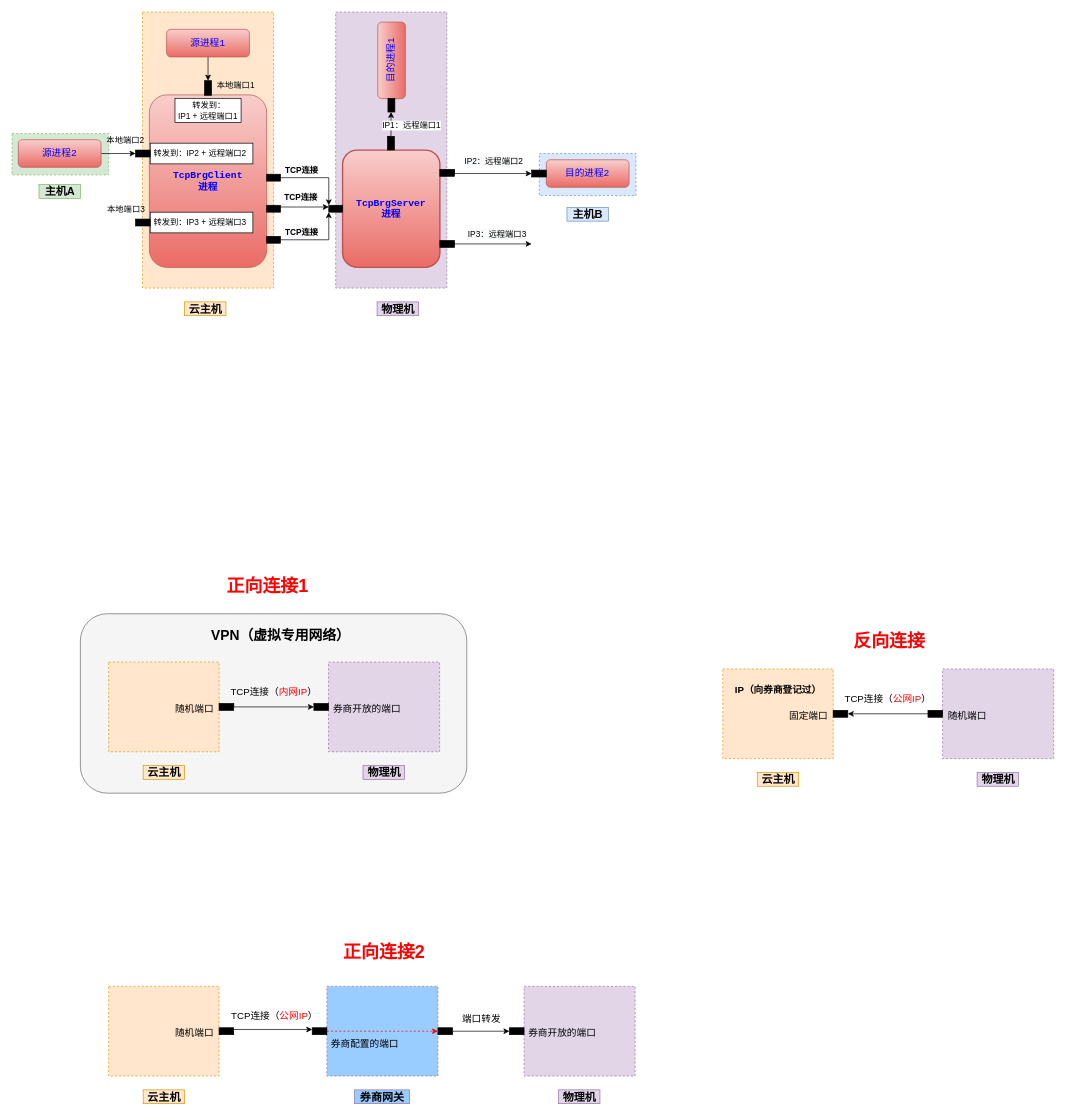
Earlier version of the draw.io diagram TcpBrg.drawio (haycheng/draw.io). Source tidied: cells renumbered, new cells numbered last; positions are measured from the earlier drawing's top-left corner, leaving out a move shared by most shapes. Both pictures are drawn from the tidied source at 69%, with x=0, y=0 at pixel (12, 12).
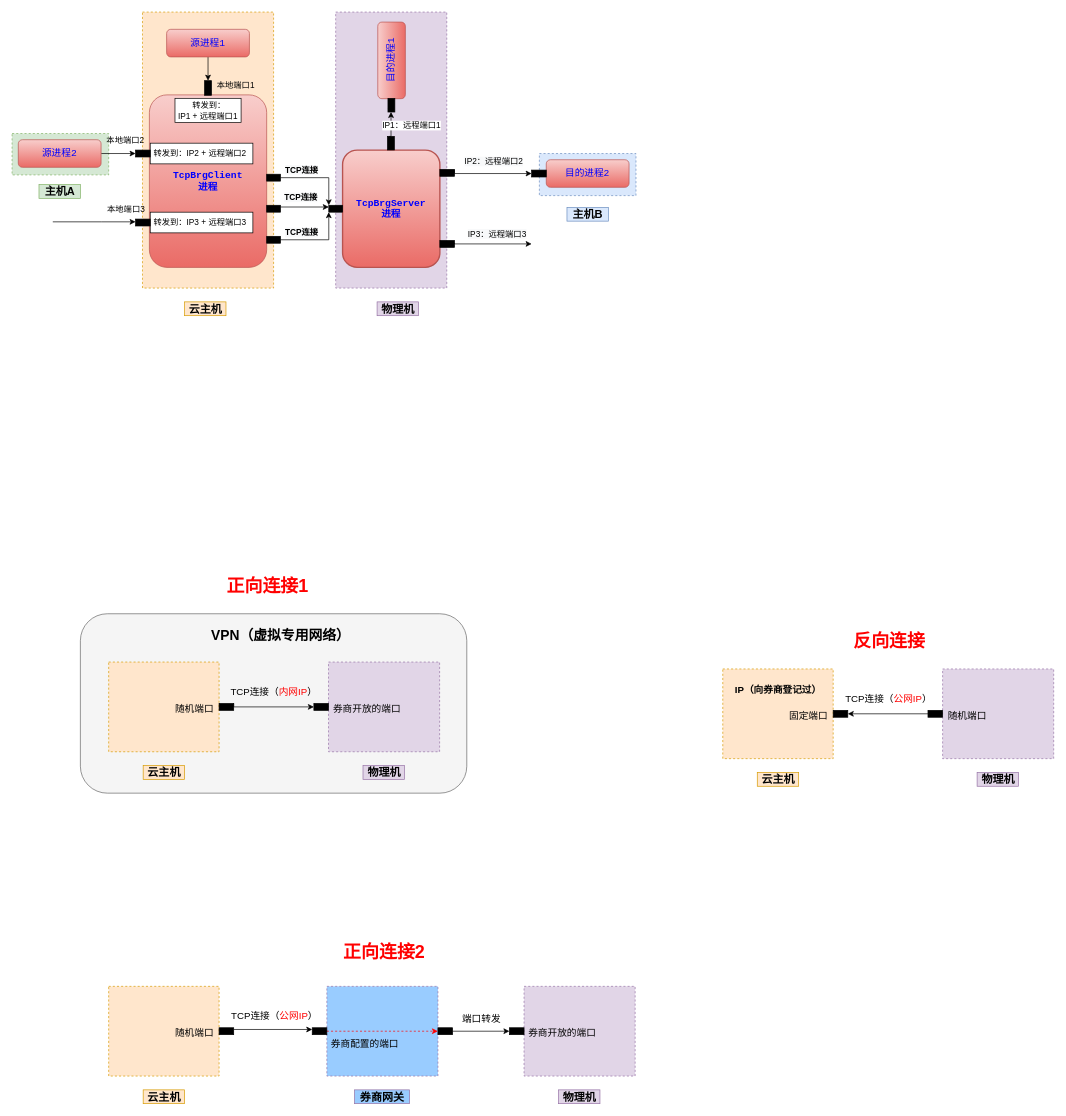
The same page after the edit.

What changed in the source:
```diff
@@
     <mxCell id="55" value="&lt;font style=&quot;font-size: 14px&quot;&gt;TCP连接（&lt;font color=&quot;#ff0000&quot;&gt;公网IP&lt;/font&gt;）&lt;br&gt;&lt;/font&gt;" style="text;html=1;align=center;verticalAlign=middle;fillColor=none;strokeColor=none;rounded=0;fontSize=24;imageWidth=26;imageAspect=0;" parent="1" vertex="1">
-      <mxGeometry x="1199" y="972" width="140" height="40" as="geometry" />
+      <mxGeometry x="1200" y="972" width="140" height="40" as="geometry" />
     </mxCell>
@@
+    <mxCell id="96" style="edgeStyle=orthogonalEdgeStyle;rounded=0;orthogonalLoop=1;jettySize=auto;html=1;fontSize=16;" parent="1" edge="1">
+      <mxGeometry relative="1" as="geometry">
+        <mxPoint x="59" y="304" as="sourcePoint" />
+        <mxPoint x="179" y="304" as="targetPoint" />
+        <Array as="points">
+          <mxPoint x="130" y="304" />
+        </Array>
+      </mxGeometry>
+    </mxCell>
```
